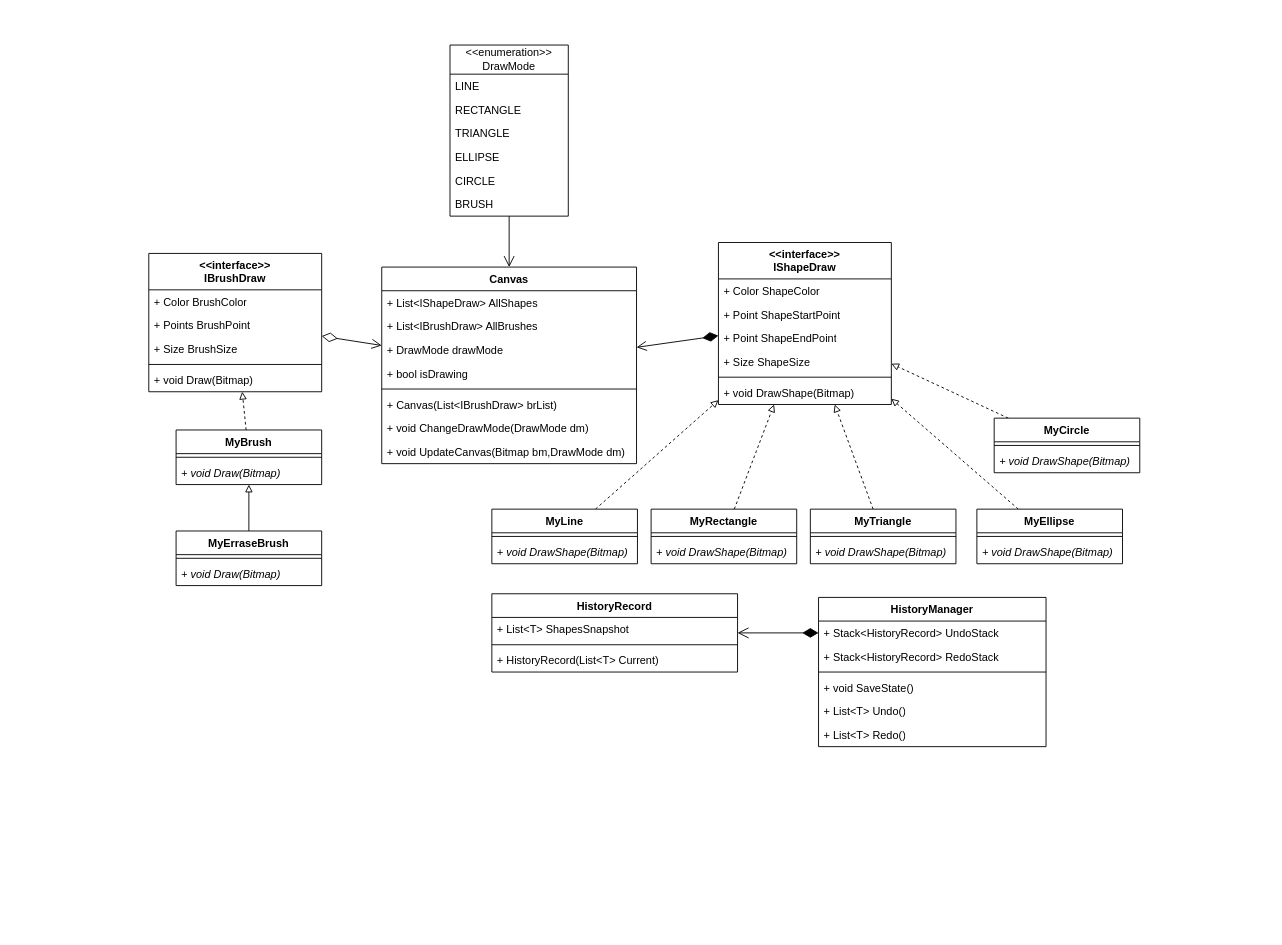
Den4ick0707/OOP_Labs_and_reports keeps this draw.io diagram as CSharp(WinForm)/WinForm_Class_diagramm.drawio. Above is the earlier version. Source tidied: cells renumbered, new cells numbered last; positions are measured from the earlier drawing's top-left corner, leaving out a move shared by most shapes. Both pictures are drawn from the tidied source at 91%, with x=0, y=0 at pixel (148, 45).
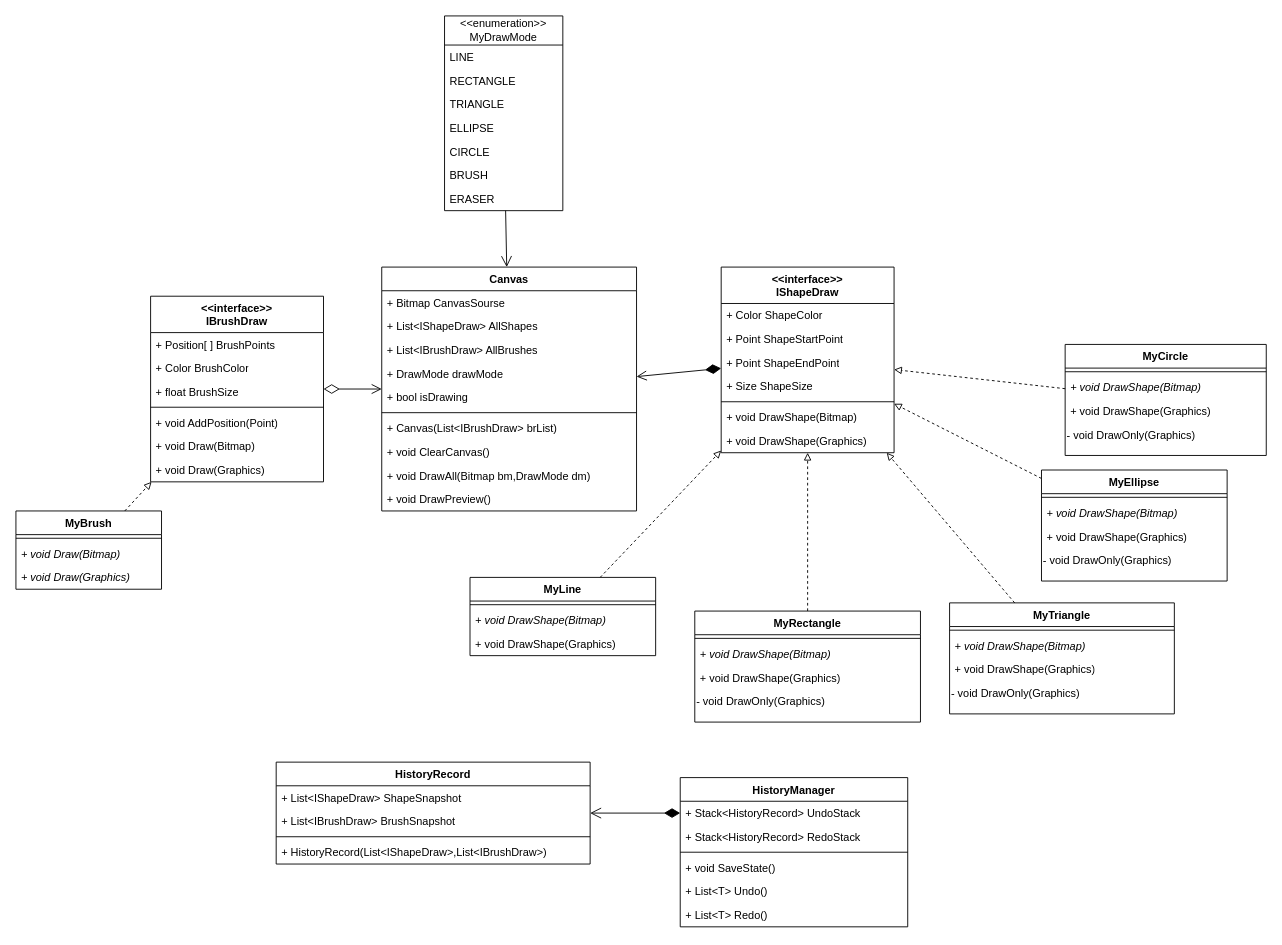
Above is the later version.

Diff of the diagram source:
```diff
@@
     <mxCell id="2" value="Canvas" style="swimlane;fontStyle=1;align=center;verticalAlign=top;horizontal=1;startSize=26;whiteSpace=wrap;html=1;" parent="1" vertex="1">
-      <mxGeometry x="256" y="244" width="280" height="216" as="geometry" />
+      <mxGeometry x="256" y="244" width="280" height="268" as="geometry" />
     </mxCell>
+    <mxCell id="74" value="+ Bitmap CanvasSourse" style="text;align=left;verticalAlign=top;spacingLeft=4;spacingRight=4;overflow=hidden;whiteSpace=wrap;html=1;" parent="2" vertex="1">
+      <mxGeometry y="26" width="280" height="26" as="geometry" />
+    </mxCell>
     <mxCell id="3" value="+ List&amp;lt;IShapeDraw&amp;gt; AllShapes" style="text;align=left;verticalAlign=top;spacingLeft=4;spacingRight=4;overflow=hidden;whiteSpace=wrap;html=1;" parent="2" vertex="1">
-      <mxGeometry y="26" width="280" height="26" as="geometry" />
+      <mxGeometry y="52" width="280" height="26" as="geometry" />
     </mxCell>
     <mxCell id="4" value="+ List&amp;lt;IBrushDraw&amp;gt; AllBrushes" style="text;align=left;verticalAlign=top;spacingLeft=4;spacingRight=4;overflow=hidden;whiteSpace=wrap;html=1;" parent="2" vertex="1">
-      <mxGeometry y="52" width="280" height="26" as="geometry" />
+      <mxGeometry y="78" width="280" height="26" as="geometry" />
     </mxCell>
     <mxCell id="5" value="+ DrawMode drawMode" style="text;align=left;verticalAlign=top;spacingLeft=4;spacingRight=4;overflow=hidden;whiteSpace=wrap;html=1;" parent="2" vertex="1">
-      <mxGeometry y="78" width="280" height="26" as="geometry" />
+      <mxGeometry y="104" width="280" height="26" as="geometry" />
     </mxCell>
     <mxCell id="6" value="+ bool isDrawing" style="text;align=left;verticalAlign=top;spacingLeft=4;spacingRight=4;overflow=hidden;whiteSpace=wrap;html=1;" parent="2" vertex="1">
-      <mxGeometry y="104" width="280" height="26" as="geometry" />
+      <mxGeometry y="130" width="280" height="26" as="geometry" />
     </mxCell>
     <mxCell id="7" style="line;strokeWidth=1;align=left;verticalAlign=middle;spacingTop=-1;spacingLeft=3;spacingRight=3;labelPosition=right;" parent="2" vertex="1">
-      <mxGeometry y="130" width="280" height="8" as="geometry" />
+      <mxGeometry y="156" width="280" height="8" as="geometry" />
     </mxCell>
     <mxCell id="8" value="+ Canvas(List&amp;lt;IBrushDraw&amp;gt; brList)" style="text;align=left;verticalAlign=top;spacingLeft=4;spacingRight=4;overflow=hidden;whiteSpace=wrap;html=1;" parent="2" vertex="1">
-      <mxGeometry y="138" width="280" height="26" as="geometry" />
+      <mxGeometry y="164" width="280" height="26" as="geometry" />
     </mxCell>
-    <mxCell id="9" value="+ void ChangeDrawMode(DrawMode dm)" style="text;align=left;verticalAlign=top;spacingLeft=4;spacingRight=4;overflow=hidden;whiteSpace=wrap;html=1;" parent="2" vertex="1">
-      <mxGeometry y="164" width="280" height="26" as="geometry" />
+    <mxCell id="9" value="+ void ClearCanvas()" style="text;align=left;verticalAlign=top;spacingLeft=4;spacingRight=4;overflow=hidden;whiteSpace=wrap;html=1;" parent="2" vertex="1">
+      <mxGeometry y="190" width="280" height="26" as="geometry" />
     </mxCell>
-    <mxCell id="10" value="+ void UpdateCanvas(Bitmap bm,DrawMode dm)" style="text;align=left;verticalAlign=top;spacingLeft=4;spacingRight=4;overflow=hidden;whiteSpace=wrap;html=1;" parent="2" vertex="1">
-      <mxGeometry y="190" width="280" height="26" as="geometry" />
+    <mxCell id="10" value="+ void DrawAll(Bitmap bm,DrawMode dm)" style="text;align=left;verticalAlign=top;spacingLeft=4;spacingRight=4;overflow=hidden;whiteSpace=wrap;html=1;" parent="2" vertex="1">
+      <mxGeometry y="216" width="280" height="26" as="geometry" />
     </mxCell>
+    <mxCell id="75" value="+ void DrawPreview()" style="text;align=left;verticalAlign=top;spacingLeft=4;spacingRight=4;overflow=hidden;whiteSpace=wrap;html=1;" parent="2" vertex="1">
+      <mxGeometry y="242" width="280" height="26" as="geometry" />
+    </mxCell>
@@
     <mxCell id="12" value="MyTriangle" style="swimlane;fontStyle=1;align=center;verticalAlign=top;horizontal=1;startSize=26;whiteSpace=wrap;html=1;" parent="1" vertex="1">
-      <mxGeometry x="727" y="510" width="160" height="60" as="geometry" />
+      <mxGeometry x="880" y="613" width="247" height="122" as="geometry" />
     </mxCell>
     <mxCell id="13" style="line;strokeWidth=1;align=left;verticalAlign=middle;spacingTop=-1;spacingLeft=3;spacingRight=3;labelPosition=right;" parent="12" vertex="1">
-      <mxGeometry y="26" width="160" height="8" as="geometry" />
+      <mxGeometry y="26" width="247" height="8" as="geometry" />
     </mxCell>
     <mxCell id="14" value="&lt;i&gt;+ void DrawShape(Bitmap)&lt;/i&gt;" style="text;align=left;verticalAlign=top;spacingLeft=4;spacingRight=4;overflow=hidden;whiteSpace=wrap;html=1;" parent="12" vertex="1">
-      <mxGeometry y="34" width="160" height="26" as="geometry" />
+      <mxGeometry y="34" width="247" height="26" as="geometry" />
     </mxCell>
+    <mxCell id="76" value="+ void DrawShape(Graphics)" style="text;align=left;verticalAlign=top;spacingLeft=4;spacingRight=4;overflow=hidden;whiteSpace=wrap;html=1;" parent="12" vertex="1">
+      <mxGeometry y="60" width="247" height="26" as="geometry" />
+    </mxCell>
+    <mxCell id="77" value="- void DrawOnly(Graphics)" style="text;whiteSpace=wrap;" parent="12" vertex="1">
+      <mxGeometry y="86" width="247" height="36" as="geometry" />
+    </mxCell>
@@
     <mxCell id="16" value="MyLine" style="swimlane;fontStyle=1;align=center;verticalAlign=top;horizontal=1;startSize=26;whiteSpace=wrap;html=1;" parent="1" vertex="1">
-      <mxGeometry x="377" y="510" width="160" height="60" as="geometry" />
+      <mxGeometry x="353" y="585" width="204" height="86" as="geometry" />
     </mxCell>
     <mxCell id="17" style="line;strokeWidth=1;align=left;verticalAlign=middle;spacingTop=-1;spacingLeft=3;spacingRight=3;labelPosition=right;" parent="16" vertex="1">
-      <mxGeometry y="26" width="160" height="8" as="geometry" />
+      <mxGeometry y="26" width="204" height="8" as="geometry" />
     </mxCell>
     <mxCell id="18" value="&lt;i&gt;+ void DrawShape(Bitmap)&lt;/i&gt;" style="text;align=left;verticalAlign=top;spacingLeft=4;spacingRight=4;overflow=hidden;whiteSpace=wrap;html=1;" parent="16" vertex="1">
-      <mxGeometry y="34" width="160" height="26" as="geometry" />
+      <mxGeometry y="34" width="204" height="26" as="geometry" />
     </mxCell>
+    <mxCell id="78" value="+ void DrawShape(Graphics)" style="text;align=left;verticalAlign=top;spacingLeft=4;spacingRight=4;overflow=hidden;whiteSpace=wrap;html=1;" parent="16" vertex="1">
+      <mxGeometry y="60" width="204" height="26" as="geometry" />
+    </mxCell>
@@
     <mxCell id="20" value="MyRectangle" style="swimlane;fontStyle=1;align=center;verticalAlign=top;horizontal=1;startSize=26;whiteSpace=wrap;html=1;" parent="1" vertex="1">
-      <mxGeometry x="552" y="510" width="160" height="60" as="geometry" />
+      <mxGeometry x="600" y="622" width="248" height="122" as="geometry" />
     </mxCell>
     <mxCell id="21" style="line;strokeWidth=1;align=left;verticalAlign=middle;spacingTop=-1;spacingLeft=3;spacingRight=3;labelPosition=right;" parent="20" vertex="1">
-      <mxGeometry y="26" width="160" height="8" as="geometry" />
+      <mxGeometry y="26" width="248" height="8" as="geometry" />
     </mxCell>
     <mxCell id="22" value="&lt;i&gt;+ void DrawShape(Bitmap)&lt;/i&gt;" style="text;align=left;verticalAlign=top;spacingLeft=4;spacingRight=4;overflow=hidden;whiteSpace=wrap;html=1;" parent="20" vertex="1">
-      <mxGeometry y="34" width="160" height="26" as="geometry" />
+      <mxGeometry y="34" width="248" height="26" as="geometry" />
     </mxCell>
+    <mxCell id="79" value="+ void DrawShape(Graphics)" style="text;align=left;verticalAlign=top;spacingLeft=4;spacingRight=4;overflow=hidden;whiteSpace=wrap;html=1;" parent="20" vertex="1">
+      <mxGeometry y="60" width="248" height="26" as="geometry" />
+    </mxCell>
+    <mxCell id="80" value="- void DrawOnly(Graphics)" style="text;whiteSpace=wrap;" parent="20" vertex="1">
+      <mxGeometry y="86" width="248" height="36" as="geometry" />
+    </mxCell>
@@
     <mxCell id="24" value="MyEllipse" style="swimlane;fontStyle=1;align=center;verticalAlign=top;horizontal=1;startSize=26;whiteSpace=wrap;html=1;" parent="1" vertex="1">
-      <mxGeometry x="910" y="510" width="160" height="60" as="geometry" />
+      <mxGeometry x="981" y="467" width="204" height="122" as="geometry" />
     </mxCell>
     <mxCell id="25" style="line;strokeWidth=1;align=left;verticalAlign=middle;spacingTop=-1;spacingLeft=3;spacingRight=3;labelPosition=right;" parent="24" vertex="1">
-      <mxGeometry y="26" width="160" height="8" as="geometry" />
+      <mxGeometry y="26" width="204" height="8" as="geometry" />
     </mxCell>
     <mxCell id="26" value="&lt;i&gt;+ void DrawShape(Bitmap)&lt;/i&gt;" style="text;align=left;verticalAlign=top;spacingLeft=4;spacingRight=4;overflow=hidden;whiteSpace=wrap;html=1;" parent="24" vertex="1">
-      <mxGeometry y="34" width="160" height="26" as="geometry" />
+      <mxGeometry y="34" width="204" height="26" as="geometry" />
     </mxCell>
+    <mxCell id="81" value="+ void DrawShape(Graphics)" style="text;align=left;verticalAlign=top;spacingLeft=4;spacingRight=4;overflow=hidden;whiteSpace=wrap;html=1;" parent="24" vertex="1">
+      <mxGeometry y="60" width="204" height="26" as="geometry" />
+    </mxCell>
+    <mxCell id="82" value="- void DrawOnly(Graphics)" style="text;whiteSpace=wrap;" parent="24" vertex="1">
+      <mxGeometry y="86" width="204" height="36" as="geometry" />
+    </mxCell>
@@
     <mxCell id="28" value="&amp;lt;&amp;lt;interface&amp;gt;&amp;gt;&lt;div&gt;IShapeDraw&lt;/div&gt;" style="swimlane;fontStyle=1;align=center;verticalAlign=top;horizontal=1;startSize=40;whiteSpace=wrap;html=1;" parent="1" vertex="1">
-      <mxGeometry x="626" y="217" width="190" height="178" as="geometry" />
+      <mxGeometry x="629" y="244" width="190" height="204" as="geometry" />
     </mxCell>
@@
+    <mxCell id="83" value="+ void DrawShape(Graphics)" style="text;align=left;verticalAlign=top;spacingLeft=4;spacingRight=4;overflow=hidden;whiteSpace=wrap;html=1;" parent="28" vertex="1">
+      <mxGeometry y="178" width="190" height="26" as="geometry" />
+    </mxCell>
     <mxCell id="35" value="HistoryManager" style="swimlane;fontStyle=1;align=center;verticalAlign=top;horizontal=1;startSize=26;whiteSpace=wrap;html=1;" parent="1" vertex="1">
-      <mxGeometry x="736" y="607" width="250" height="164" as="geometry" />
+      <mxGeometry x="584" y="805" width="250" height="164" as="geometry" />
     </mxCell>
@@
     <mxCell id="42" value="HistoryRecord" style="swimlane;fontStyle=1;align=center;verticalAlign=top;horizontal=1;startSize=26;whiteSpace=wrap;html=1;" parent="1" vertex="1">
-      <mxGeometry x="377" y="603" width="270" height="86" as="geometry" />
+      <mxGeometry x="140" y="788" width="345" height="112" as="geometry" />
     </mxCell>
-    <mxCell id="43" value="+ List&amp;lt;T&amp;gt; ShapesSnapshot&amp;nbsp;" style="text;align=left;verticalAlign=top;spacingLeft=4;spacingRight=4;overflow=hidden;whiteSpace=wrap;html=1;" parent="42" vertex="1">
-      <mxGeometry y="26" width="270" height="26" as="geometry" />
+    <mxCell id="43" value="+ List&amp;lt;IShapeDraw&amp;gt; ShapeSnapshot&amp;nbsp;" style="text;align=left;verticalAlign=top;spacingLeft=4;spacingRight=4;overflow=hidden;whiteSpace=wrap;html=1;" parent="42" vertex="1">
+      <mxGeometry y="26" width="345" height="26" as="geometry" />
     </mxCell>
+    <mxCell id="84" value="+ List&amp;lt;IBrushDraw&amp;gt; BrushSnapshot&amp;nbsp;" style="text;align=left;verticalAlign=top;spacingLeft=4;spacingRight=4;overflow=hidden;whiteSpace=wrap;html=1;" parent="42" vertex="1">
+      <mxGeometry y="52" width="345" height="26" as="geometry" />
+    </mxCell>
     <mxCell id="44" style="line;strokeWidth=1;align=left;verticalAlign=middle;spacingTop=-1;spacingLeft=3;spacingRight=3;labelPosition=right;" parent="42" vertex="1">
-      <mxGeometry y="52" width="270" height="8" as="geometry" />
+      <mxGeometry y="78" width="345" height="8" as="geometry" />
     </mxCell>
-    <mxCell id="45" value="+ HistoryRecord(List&amp;lt;T&amp;gt; Current)" style="text;align=left;verticalAlign=top;spacingLeft=4;spacingRight=4;overflow=hidden;whiteSpace=wrap;html=1;" parent="42" vertex="1">
-      <mxGeometry y="60" width="270" height="26" as="geometry" />
+    <mxCell id="45" value="+ HistoryRecord(List&amp;lt;IShapeDraw&amp;gt;,List&amp;lt;IBrushDraw&amp;gt;)" style="text;align=left;verticalAlign=top;spacingLeft=4;spacingRight=4;overflow=hidden;whiteSpace=wrap;html=1;" parent="42" vertex="1">
+      <mxGeometry y="86" width="345" height="26" as="geometry" />
     </mxCell>
@@
     <mxCell id="47" value="MyCircle" style="swimlane;fontStyle=1;align=center;verticalAlign=top;horizontal=1;startSize=26;whiteSpace=wrap;html=1;" parent="1" vertex="1">
-      <mxGeometry x="929" y="410" width="160" height="60" as="geometry" />
+      <mxGeometry x="1007" y="329" width="221" height="122" as="geometry" />
     </mxCell>
     <mxCell id="48" style="line;strokeWidth=1;align=left;verticalAlign=middle;spacingTop=-1;spacingLeft=3;spacingRight=3;labelPosition=right;" parent="47" vertex="1">
-      <mxGeometry y="26" width="160" height="8" as="geometry" />
+      <mxGeometry y="26" width="221" height="8" as="geometry" />
     </mxCell>
     <mxCell id="49" value="&lt;i&gt;+ void DrawShape(Bitmap)&lt;/i&gt;" style="text;align=left;verticalAlign=top;spacingLeft=4;spacingRight=4;overflow=hidden;whiteSpace=wrap;html=1;" parent="47" vertex="1">
-      <mxGeometry y="34" width="160" height="26" as="geometry" />
+      <mxGeometry y="34" width="221" height="26" as="geometry" />
     </mxCell>
+    <mxCell id="85" value="+ void DrawShape(Graphics)" style="text;align=left;verticalAlign=top;spacingLeft=4;spacingRight=4;overflow=hidden;whiteSpace=wrap;html=1;" parent="47" vertex="1">
+      <mxGeometry y="60" width="221" height="26" as="geometry" />
+    </mxCell>
+    <mxCell id="86" value="- void DrawOnly(Graphics)" style="text;whiteSpace=wrap;" parent="47" vertex="1">
+      <mxGeometry y="86" width="221" height="36" as="geometry" />
+    </mxCell>
@@
-    <mxCell id="51" value="&amp;lt;&amp;lt;enumeration&amp;gt;&amp;gt;&lt;div&gt;DrawMode&lt;/div&gt;" style="swimlane;fontStyle=0;horizontal=1;startSize=32;whiteSpace=wrap;html=1;" parent="1" vertex="1">
-      <mxGeometry x="331" width="130" height="188" as="geometry" />
+    <mxCell id="51" value="&amp;lt;&amp;lt;enumeration&amp;gt;&amp;gt;&lt;div&gt;MyDrawMode&lt;/div&gt;" style="swimlane;fontStyle=0;horizontal=1;startSize=32;whiteSpace=wrap;html=1;" parent="1" vertex="1">
+      <mxGeometry x="325" y="-32" width="130" height="214" as="geometry" />
     </mxCell>
@@
+    <mxCell id="87" value="ERASER" style="text;align=left;verticalAlign=top;spacingLeft=4;spacingRight=4;overflow=hidden;whiteSpace=wrap;html=1;" parent="51" vertex="1">
+      <mxGeometry y="188" width="130" height="26" as="geometry" />
+    </mxCell>
@@
     <mxCell id="59" value="&amp;lt;&amp;lt;interface&amp;gt;&amp;gt;&lt;div&gt;IBrushDraw&lt;/div&gt;" style="swimlane;fontStyle=1;align=center;verticalAlign=top;horizontal=1;startSize=40;whiteSpace=wrap;html=1;" parent="1" vertex="1">
-      <mxGeometry y="229" width="190" height="152" as="geometry" />
+      <mxGeometry x="2" y="276" width="190" height="204" as="geometry" />
     </mxCell>
+    <mxCell id="88" value="+ Position[ ] BrushPoints&amp;nbsp;" style="text;align=left;verticalAlign=top;spacingLeft=4;spacingRight=4;overflow=hidden;whiteSpace=wrap;html=1;" parent="59" vertex="1">
+      <mxGeometry y="40" width="190" height="26" as="geometry" />
+    </mxCell>
     <mxCell id="60" value="+ Color BrushColor" style="text;align=left;verticalAlign=top;spacingLeft=4;spacingRight=4;overflow=hidden;whiteSpace=wrap;html=1;" parent="59" vertex="1">
-      <mxGeometry y="40" width="190" height="26" as="geometry" />
+      <mxGeometry y="66" width="190" height="26" as="geometry" />
     </mxCell>
-    <mxCell id="61" value="+ Points BrushPoint" style="text;align=left;verticalAlign=top;spacingLeft=4;spacingRight=4;overflow=hidden;whiteSpace=wrap;html=1;" parent="59" vertex="1">
-      <mxGeometry y="66" width="190" height="26" as="geometry" />
-    </mxCell>
-    <mxCell id="62" value="+ Size BrushSize" style="text;align=left;verticalAlign=top;spacingLeft=4;spacingRight=4;overflow=hidden;whiteSpace=wrap;html=1;" parent="59" vertex="1">
+    <mxCell id="62" value="+ float BrushSize" style="text;align=left;verticalAlign=top;spacingLeft=4;spacingRight=4;overflow=hidden;whiteSpace=wrap;html=1;" parent="59" vertex="1">
       <mxGeometry y="92" width="190" height="26" as="geometry" />
     </mxCell>
@@
-    <mxCell id="64" value="+ void Draw(Bitmap)" style="text;align=left;verticalAlign=top;spacingLeft=4;spacingRight=4;overflow=hidden;whiteSpace=wrap;html=1;" parent="59" vertex="1">
+    <mxCell id="64" value="+ void AddPosition(Point)" style="text;align=left;verticalAlign=top;spacingLeft=4;spacingRight=4;overflow=hidden;whiteSpace=wrap;html=1;" parent="59" vertex="1">
       <mxGeometry y="126" width="190" height="26" as="geometry" />
     </mxCell>
+    <mxCell id="73" value="+ void Draw(Bitmap)" style="text;align=left;verticalAlign=top;spacingLeft=4;spacingRight=4;overflow=hidden;whiteSpace=wrap;html=1;" parent="59" vertex="1">
+      <mxGeometry y="152" width="190" height="26" as="geometry" />
+    </mxCell>
+    <mxCell id="89" value="+ void Draw(Graphics)" style="text;align=left;verticalAlign=top;spacingLeft=4;spacingRight=4;overflow=hidden;whiteSpace=wrap;html=1;" parent="59" vertex="1">
+      <mxGeometry y="178" width="190" height="26" as="geometry" />
+    </mxCell>
@@
     <mxCell id="66" value="MyBrush" style="swimlane;fontStyle=1;align=center;verticalAlign=top;horizontal=1;startSize=26;whiteSpace=wrap;html=1;" parent="1" vertex="1">
-      <mxGeometry x="30" y="423" width="160" height="60" as="geometry" />
+      <mxGeometry x="-146" y="512" width="160" height="86" as="geometry" />
     </mxCell>
@@
+    <mxCell id="90" value="&lt;i&gt;+ void Draw(Graphics)&lt;/i&gt;" style="text;align=left;verticalAlign=top;spacingLeft=4;spacingRight=4;overflow=hidden;whiteSpace=wrap;html=1;" parent="66" vertex="1">
+      <mxGeometry y="60" width="160" height="26" as="geometry" />
+    </mxCell>
@@
-    <mxCell id="70" style="rounded=0;jettySize=auto;html=1;endArrow=block;endFill=0;" parent="1" edge="1" source="71" target="66">
-      <mxGeometry relative="1" as="geometry" />
-    </mxCell>
-    <mxCell id="71" value="MyErraseBrush" style="swimlane;fontStyle=1;align=center;verticalAlign=top;horizontal=1;startSize=26;whiteSpace=wrap;html=1;" parent="1" vertex="1">
-      <mxGeometry x="30" y="534" width="160" height="60" as="geometry" />
-    </mxCell>
-    <mxCell id="72" style="line;strokeWidth=1;align=left;verticalAlign=middle;spacingTop=-1;spacingLeft=3;spacingRight=3;labelPosition=right;" parent="71" vertex="1">
-      <mxGeometry y="26" width="160" height="8" as="geometry" />
-    </mxCell>
-    <mxCell id="73" value="&lt;i&gt;+ void Draw(Bitmap)&lt;/i&gt;" style="text;align=left;verticalAlign=top;spacingLeft=4;spacingRight=4;overflow=hidden;whiteSpace=wrap;html=1;" parent="71" vertex="1">
-      <mxGeometry y="34" width="160" height="26" as="geometry" />
-    </mxCell>
```
